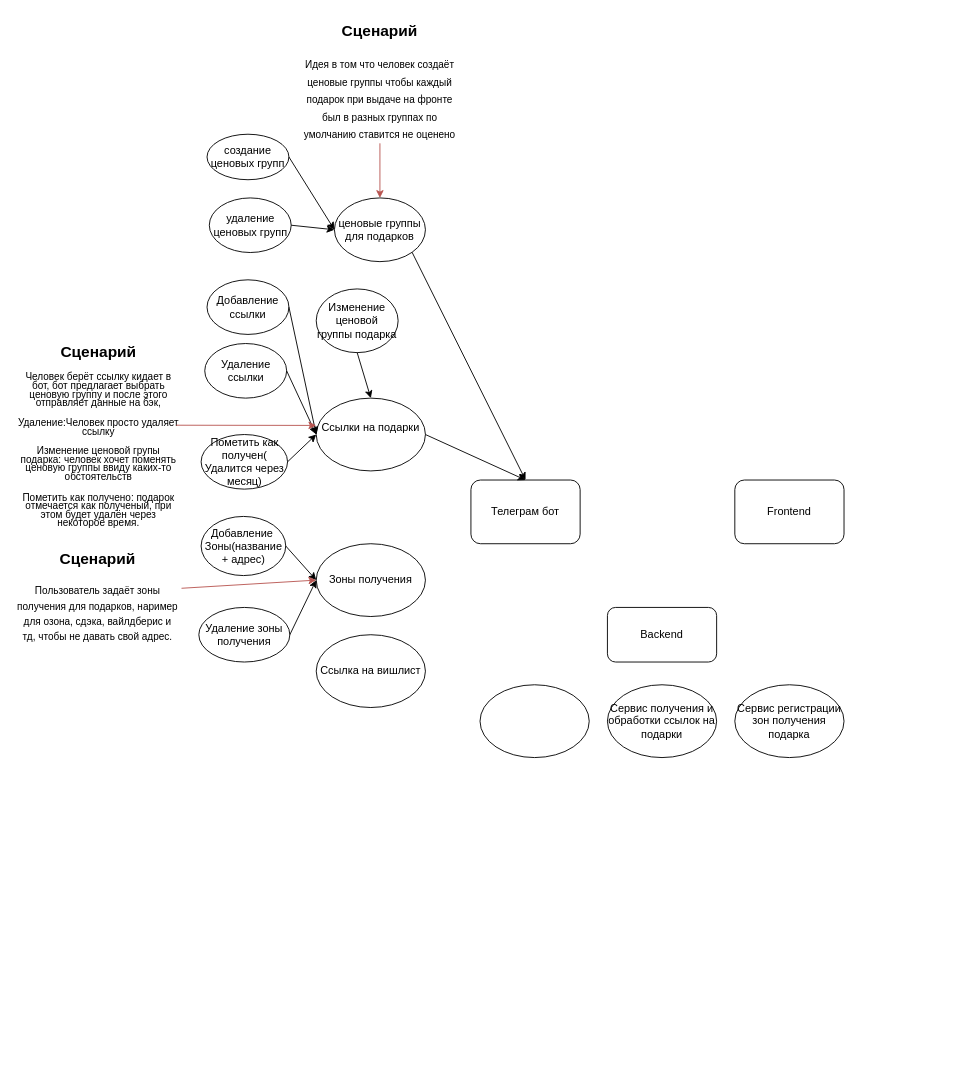
Before: HomieGifts.drawio in Senseymg/HomieGifts, a draw.io diagram. Source tidied: cells renumbered, new cells numbered last; positions are measured from the earlier drawing's top-left corner, leaving out a move shared by most shapes. Both pictures are drawn from the tidied source at 91%, with x=0, y=0 at pixel (15, 15).
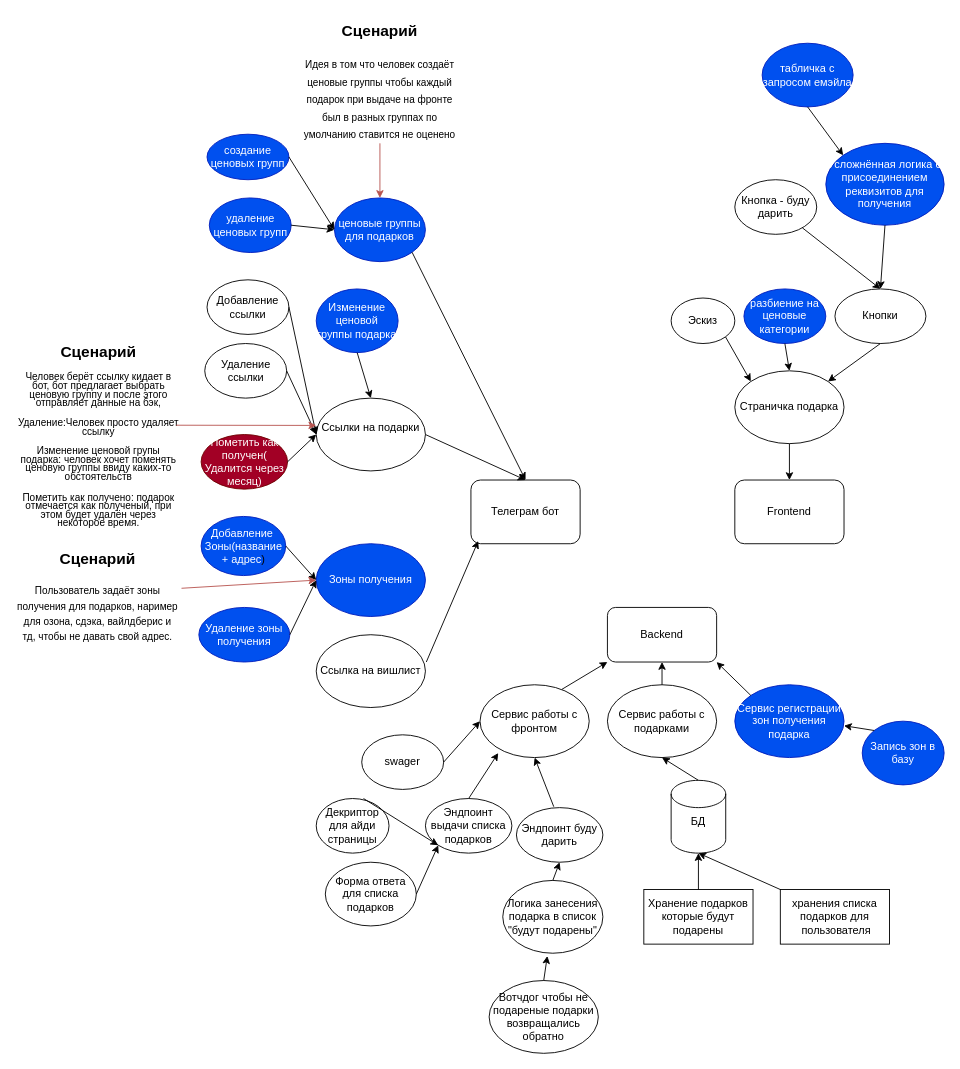
After the change.

Unchanged cells that the change refers to:
```xml
<mxCell id="2" value="Телеграм бот" style="rounded=1;whiteSpace=wrap;html=1;" parent="1" vertex="1">
  <mxGeometry x="500" y="510" width="120" height="70" as="geometry" />
</mxCell>
<mxCell id="3" value="Frontend" style="rounded=1;whiteSpace=wrap;html=1;" parent="1" vertex="1">
  <mxGeometry x="790" y="510" width="120" height="70" as="geometry" />
</mxCell>
<mxCell id="4" value="Backend" style="rounded=1;whiteSpace=wrap;html=1;" parent="1" vertex="1">
  <mxGeometry x="650" y="650" width="120" height="60" as="geometry" />
</mxCell>
<mxCell id="10" value="Ссылка на вишлист" style="ellipse;whiteSpace=wrap;html=1;" parent="1" vertex="1">
  <mxGeometry x="330" y="680" width="120" height="80" as="geometry" />
</mxCell>
```

What changed in the source:
```diff
@@
-    <mxCell id="5" value="Сервис получения и обработки ссылок на подарки" style="ellipse;whiteSpace=wrap;html=1;" parent="1" vertex="1">
+    <mxCell id="5" value="Сервис работы с подарками" style="ellipse;whiteSpace=wrap;html=1;" parent="1" vertex="1">
       <mxGeometry x="650" y="735" width="120" height="80" as="geometry" />
     </mxCell>
-    <mxCell id="6" value="Сервис регистрации зон получения подарка" style="ellipse;whiteSpace=wrap;html=1;" parent="1" vertex="1">
+    <mxCell id="6" value="Сервис регистрации зон получения подарка" style="ellipse;whiteSpace=wrap;html=1;fillColor=#0050ef;fontColor=#ffffff;strokeColor=#001DBC;" parent="1" vertex="1">
       <mxGeometry x="790" y="735" width="120" height="80" as="geometry" />
     </mxCell>
-    <mxCell id="7" style="ellipse;whiteSpace=wrap;html=1;" parent="1" vertex="1">
+    <mxCell id="7" value="Сервис работы с фронтом" style="ellipse;whiteSpace=wrap;html=1;" parent="1" vertex="1">
       <mxGeometry x="510" y="735" width="120" height="80" as="geometry" />
     </mxCell>
@@
-    <mxCell id="9" value="Зоны получения" style="ellipse;whiteSpace=wrap;html=1;" parent="1" vertex="1">
+    <mxCell id="9" value="Зоны получения" style="ellipse;whiteSpace=wrap;html=1;fillColor=#0050ef;fontColor=#ffffff;strokeColor=#001DBC;" parent="1" vertex="1">
       <mxGeometry x="330" y="580" width="120" height="80" as="geometry" />
     </mxCell>
@@
-    <mxCell id="13" value="Пометить как получен( Удалится через месяц)" style="ellipse;whiteSpace=wrap;html=1;" parent="1" vertex="1">
+    <mxCell id="13" value="Пометить как получен( Удалится через месяц)" style="ellipse;whiteSpace=wrap;html=1;fillColor=#a20025;fontColor=#ffffff;strokeColor=#6F0000;" parent="1" vertex="1">
       <mxGeometry x="203.5" y="460" width="95" height="60" as="geometry" />
     </mxCell>
-    <mxCell id="14" value="Добавление&amp;nbsp; Зоны(название + адрес&lt;span style=&quot;background-color: transparent; color: light-dark(rgb(0, 0, 0), rgb(255, 255, 255));&quot;&gt;)&lt;/span&gt;" style="ellipse;whiteSpace=wrap;html=1;" parent="1" vertex="1">
+    <mxCell id="14" value="Добавление&amp;nbsp; Зоны(название + адрес&lt;span style=&quot;background-color: transparent; color: light-dark(rgb(0, 0, 0), rgb(255, 255, 255));&quot;&gt;)&lt;/span&gt;" style="ellipse;whiteSpace=wrap;html=1;fillColor=#0050ef;fontColor=#ffffff;strokeColor=#001DBC;" parent="1" vertex="1">
       <mxGeometry x="203.5" y="550" width="93" height="65" as="geometry" />
     </mxCell>
-    <mxCell id="15" value="Удаление зоны получения" style="ellipse;whiteSpace=wrap;html=1;" parent="1" vertex="1">
+    <mxCell id="15" value="Удаление зоны получения" style="ellipse;whiteSpace=wrap;html=1;fillColor=#0050ef;fontColor=#ffffff;strokeColor=#001DBC;" parent="1" vertex="1">
       <mxGeometry x="201" y="650" width="100" height="60" as="geometry" />
     </mxCell>
@@
-    <mxCell id="21" value="ценовые группы для подарков" style="ellipse;whiteSpace=wrap;html=1;" parent="1" vertex="1">
+    <mxCell id="21" value="ценовые группы для подарков" style="ellipse;whiteSpace=wrap;html=1;fillColor=#0050ef;fontColor=#ffffff;strokeColor=#001DBC;" parent="1" vertex="1">
       <mxGeometry x="350" y="200" width="100" height="70" as="geometry" />
     </mxCell>
-    <mxCell id="22" value="создание ценовых групп" style="ellipse;whiteSpace=wrap;html=1;" parent="1" vertex="1">
+    <mxCell id="22" value="создание ценовых групп" style="ellipse;whiteSpace=wrap;html=1;fillColor=#0050ef;fontColor=#ffffff;strokeColor=#001DBC;" parent="1" vertex="1">
       <mxGeometry x="210" y="130" width="90" height="50" as="geometry" />
     </mxCell>
-    <mxCell id="23" value="удаление ценовых групп" style="ellipse;whiteSpace=wrap;html=1;" parent="1" vertex="1">
+    <mxCell id="23" value="удаление ценовых групп" style="ellipse;whiteSpace=wrap;html=1;fillColor=#0050ef;fontColor=#ffffff;strokeColor=#001DBC;" parent="1" vertex="1">
       <mxGeometry x="212.5" y="200" width="90" height="60" as="geometry" />
     </mxCell>
@@
-    <mxCell id="30" value="&lt;h1 style=&quot;text-align: center; margin-top: 0px; line-height: 80%;&quot;&gt;&lt;font style=&quot;font-size: 17px; line-height: 80%;&quot;&gt;Сценарий&lt;/font&gt;&lt;/h1&gt;&lt;p style=&quot;text-align: center; line-height: 80%;&quot;&gt;&lt;span style=&quot;font-size: 11px; line-height: 80%;&quot;&gt;Человек берёт ссылку кидает в бот, бот предлагает выбрать ценовую группу и после этого отправляет данные на бэк,&lt;/span&gt;&lt;/p&gt;&lt;p style=&quot;text-align: center; line-height: 80%;&quot;&gt;&lt;span style=&quot;font-size: 11px; line-height: 80%;&quot;&gt;Удаление:Человек просто удаляет ссылку&lt;/span&gt;&lt;/p&gt;&lt;p style=&quot;text-align: center; line-height: 80%;&quot;&gt;&lt;span style=&quot;font-size: 11px; line-height: 80%;&quot;&gt;Изменение ценовой групы подарка: человек хочет поменять ценовую группы ввиду каких-то обстоятельств&lt;/span&gt;&lt;/p&gt;&lt;p style=&quot;text-align: center; line-height: 80%;&quot;&gt;&lt;span style=&quot;font-size: 11px; line-height: 80%;&quot;&gt;Пометить как получено: подарок отмечается как полученый, при этом будет удалён через некоторое время.&lt;/span&gt;&lt;/p&gt;&lt;p style=&quot;text-align: center;&quot;&gt;&lt;span style=&quot;font-size: 11px;&quot;&gt;&lt;br&gt;&lt;/span&gt;&lt;/p&gt;" style="text;html=1;whiteSpace=wrap;overflow=hidden;rounded=0;" parent="1" vertex="1">
+    <mxCell id="30" value="&lt;h1 style=&quot;text-align: center; margin-top: 0px; line-height: 80%;&quot;&gt;&lt;font style=&quot;font-size: 17px; line-height: 80%;&quot;&gt;Сценарий&lt;/font&gt;&lt;/h1&gt;&lt;p style=&quot;text-align: center; line-height: 80%;&quot;&gt;&lt;span style=&quot;font-size: 11px; line-height: 80%;&quot;&gt;Человек берёт ссылку кидает в бот, бот предлагает выбрать ценовую группу и после этого отправляет данные на бэк,&lt;/span&gt;&lt;/p&gt;&lt;p style=&quot;text-align: center; line-height: 80%;&quot;&gt;&lt;span style=&quot;font-size: 11px; line-height: 80%;&quot;&gt;Удаление:Человек просто удаляет ссылку&lt;/span&gt;&lt;/p&gt;&lt;p style=&quot;text-align: center; line-height: 80%;&quot;&gt;&lt;span style=&quot;font-size: 11px; line-height: 80%;&quot;&gt;Изменение ценовой групы подарка: человек хочет поменять ценовую группы ввиду каких-то обстоятельств&lt;/span&gt;&lt;/p&gt;&lt;p style=&quot;text-align: center; line-height: 80%;&quot;&gt;&lt;span style=&quot;font-size: 11px; line-height: 80%;&quot;&gt;&lt;font style=&quot;color: light-dark(rgb(0, 0, 0), rgb(255, 51, 153));&quot;&gt;Пометить как получено: подарок отмечается как полученый, при этом будет удалён через некоторое время.&lt;/font&gt;&lt;/span&gt;&lt;/p&gt;&lt;p style=&quot;text-align: center;&quot;&gt;&lt;span style=&quot;font-size: 11px;&quot;&gt;&lt;br&gt;&lt;/span&gt;&lt;/p&gt;" style="text;html=1;whiteSpace=wrap;overflow=hidden;rounded=0;" parent="1" vertex="1">
       <mxGeometry y="350" width="180" height="215" as="geometry" />
     </mxCell>
@@
-    <mxCell id="32" value="Изменение ценовой группы подарка" style="ellipse;whiteSpace=wrap;html=1;" parent="1" vertex="1">
+    <mxCell id="32" value="Изменение ценовой группы подарка" style="ellipse;whiteSpace=wrap;html=1;fillColor=#0050ef;fontColor=#ffffff;strokeColor=#001DBC;" parent="1" vertex="1">
       <mxGeometry x="330" y="300" width="90" height="70" as="geometry" />
     </mxCell>
@@
+    <mxCell id="36" value="Страничка подарка" style="ellipse;whiteSpace=wrap;html=1;" parent="1" vertex="1">
+      <mxGeometry x="790" y="390" width="120" height="80" as="geometry" />
+    </mxCell>
+    <mxCell id="37" value="Эскиз" style="ellipse;whiteSpace=wrap;html=1;" parent="1" vertex="1">
+      <mxGeometry x="720" y="310" width="70" height="50" as="geometry" />
+    </mxCell>
+    <mxCell id="38" value="разбиение на ценовые категории" style="ellipse;whiteSpace=wrap;html=1;fillColor=#0050ef;fontColor=#ffffff;strokeColor=#001DBC;" parent="1" vertex="1">
+      <mxGeometry x="800" y="300" width="90" height="60" as="geometry" />
+    </mxCell>
+    <mxCell id="39" style="endArrow=classic;html=1;rounded=0;exitX=1.008;exitY=0.375;exitDx=0;exitDy=0;exitPerimeter=0;entryX=0.067;entryY=0.957;entryDx=0;entryDy=0;entryPerimeter=0;" parent="1" edge="1" source="10" target="2">
+      <mxGeometry relative="1" as="geometry" />
+    </mxCell>
+    <mxCell id="40" value="Кнопки" style="ellipse;whiteSpace=wrap;html=1;" parent="1" vertex="1">
+      <mxGeometry x="900" y="300" width="100" height="60" as="geometry" />
+    </mxCell>
+    <mxCell id="41" value="Кнопка - буду дарить" style="ellipse;whiteSpace=wrap;html=1;" parent="1" vertex="1">
+      <mxGeometry x="790" y="180" width="90" height="60" as="geometry" />
+    </mxCell>
+    <mxCell id="42" style="endArrow=classic;html=1;rounded=0;entryX=0.5;entryY=0;entryDx=0;entryDy=0;" parent="1" edge="1" source="41" target="40">
+      <mxGeometry relative="1" as="geometry" />
+    </mxCell>
+    <mxCell id="43" style="endArrow=classic;html=1;rounded=0;exitX=0.5;exitY=1;exitDx=0;exitDy=0;entryX=1;entryY=0;entryDx=0;entryDy=0;" parent="1" edge="1" source="40" target="36">
+      <mxGeometry relative="1" as="geometry" />
+    </mxCell>
+    <mxCell id="44" style="endArrow=classic;html=1;rounded=0;entryX=0;entryY=0;entryDx=0;entryDy=0;exitX=1;exitY=1;exitDx=0;exitDy=0;" parent="1" edge="1" source="37" target="36">
+      <mxGeometry relative="1" as="geometry" />
+    </mxCell>
+    <mxCell id="45" style="endArrow=classic;html=1;rounded=0;entryX=0.5;entryY=0;entryDx=0;entryDy=0;exitX=0.5;exitY=1;exitDx=0;exitDy=0;" parent="1" edge="1" source="36" target="3">
+      <mxGeometry relative="1" as="geometry" />
+    </mxCell>
+    <mxCell id="46" style="endArrow=classic;html=1;rounded=0;entryX=0.5;entryY=0;entryDx=0;entryDy=0;exitX=0.5;exitY=1;exitDx=0;exitDy=0;" parent="1" edge="1" source="38" target="36">
+      <mxGeometry relative="1" as="geometry" />
+    </mxCell>
+    <mxCell id="47" value="Усложнённая логика с присоединением реквизитов для получения" style="ellipse;whiteSpace=wrap;html=1;fillColor=#0050ef;fontColor=#ffffff;strokeColor=#001DBC;" parent="1" vertex="1">
+      <mxGeometry x="890" y="140" width="130" height="90" as="geometry" />
+    </mxCell>
+    <mxCell id="48" style="endArrow=classic;html=1;rounded=0;exitX=0.5;exitY=1;exitDx=0;exitDy=0;entryX=0.5;entryY=0;entryDx=0;entryDy=0;" parent="1" edge="1" source="47" target="40">
+      <mxGeometry relative="1" as="geometry" />
+    </mxCell>
+    <mxCell id="49" value="табличка с запросом емэйла" style="ellipse;whiteSpace=wrap;html=1;fillColor=#0050ef;fontColor=#ffffff;strokeColor=#001DBC;" parent="1" vertex="1">
+      <mxGeometry x="820" y="30" width="100" height="70" as="geometry" />
+    </mxCell>
+    <mxCell id="50" style="endArrow=classic;html=1;rounded=0;exitX=0.5;exitY=1;exitDx=0;exitDy=0;entryX=0;entryY=0;entryDx=0;entryDy=0;" parent="1" edge="1" source="49" target="47">
+      <mxGeometry relative="1" as="geometry" />
+    </mxCell>
+    <mxCell id="51" style="endArrow=classic;html=1;rounded=0;entryX=0;entryY=1;entryDx=0;entryDy=0;" parent="1" edge="1" target="4">
+      <mxGeometry relative="1" as="geometry">
+        <mxPoint x="600" y="740" as="sourcePoint" />
+      </mxGeometry>
+    </mxCell>
+    <mxCell id="52" style="endArrow=classic;html=1;rounded=0;entryX=0.5;entryY=1;entryDx=0;entryDy=0;exitX=0.5;exitY=0;exitDx=0;exitDy=0;" parent="1" edge="1" source="5" target="4">
+      <mxGeometry relative="1" as="geometry" />
+    </mxCell>
+    <mxCell id="53" style="endArrow=classic;html=1;rounded=0;entryX=1;entryY=1;entryDx=0;entryDy=0;exitX=0;exitY=0;exitDx=0;exitDy=0;" parent="1" edge="1" source="6" target="4">
+      <mxGeometry relative="1" as="geometry" />
+    </mxCell>
+    <mxCell id="54" value="хранения списка подарков&amp;nbsp;&lt;span style=&quot;background-color: transparent; color: light-dark(rgb(0, 0, 0), rgb(255, 255, 255));&quot;&gt;для&lt;/span&gt;&lt;div&gt;&lt;div&gt;&amp;nbsp;пользователя&lt;/div&gt;&lt;/div&gt;" style="rounded=0;whiteSpace=wrap;html=1;" parent="1" vertex="1">
+      <mxGeometry x="840" y="960" width="120" height="60" as="geometry" />
+    </mxCell>
+    <mxCell id="55" value="swager" style="ellipse;whiteSpace=wrap;html=1;" parent="1" vertex="1">
+      <mxGeometry x="380" y="790" width="90" height="60" as="geometry" />
+    </mxCell>
+    <mxCell id="56" value="Э&lt;span style=&quot;background-color: transparent; color: light-dark(rgb(0, 0, 0), rgb(255, 255, 255));&quot;&gt;ндпоинт выдачи списка подарков&lt;/span&gt;" style="ellipse;whiteSpace=wrap;html=1;" parent="1" vertex="1">
+      <mxGeometry x="450" y="860" width="95" height="60" as="geometry" />
+    </mxCell>
+    <mxCell id="57" value="Эндпоинт буду дарить" style="ellipse;whiteSpace=wrap;html=1;" parent="1" vertex="1">
+      <mxGeometry x="550" y="870" width="95" height="60" as="geometry" />
+    </mxCell>
+    <mxCell id="58" style="endArrow=classic;html=1;rounded=0;exitX=1;exitY=0.5;exitDx=0;exitDy=0;entryX=0;entryY=0.5;entryDx=0;entryDy=0;" parent="1" edge="1" source="55" target="7">
+      <mxGeometry relative="1" as="geometry" />
+    </mxCell>
+    <mxCell id="59" style="endArrow=classic;html=1;rounded=0;exitX=0.5;exitY=0;exitDx=0;exitDy=0;" parent="1" edge="1" source="56">
+      <mxGeometry relative="1" as="geometry">
+        <mxPoint x="530" y="810" as="targetPoint" />
+      </mxGeometry>
+    </mxCell>
+    <mxCell id="60" style="endArrow=classic;html=1;rounded=0;exitX=0.432;exitY=-0.017;exitDx=0;exitDy=0;exitPerimeter=0;entryX=0.5;entryY=1;entryDx=0;entryDy=0;" parent="1" edge="1" source="57" target="7">
+      <mxGeometry relative="1" as="geometry" />
+    </mxCell>
+    <mxCell id="61" value="Декриптор для айди страницы" style="ellipse;whiteSpace=wrap;html=1;" parent="1" vertex="1">
+      <mxGeometry x="330" y="860" width="80" height="60" as="geometry" />
+    </mxCell>
+    <mxCell id="62" style="endArrow=classic;html=1;rounded=0;exitX=0.65;exitY=0;exitDx=0;exitDy=0;exitPerimeter=0;entryX=0;entryY=1;entryDx=0;entryDy=0;" parent="1" edge="1" source="61" target="56">
+      <mxGeometry relative="1" as="geometry" />
+    </mxCell>
+    <mxCell id="63" value="Форма ответа для списка подарков" style="ellipse;whiteSpace=wrap;html=1;" parent="1" vertex="1">
+      <mxGeometry x="340" y="930" width="100" height="70" as="geometry" />
+    </mxCell>
+    <mxCell id="64" value="Логика занесения подарка в список &quot;будут подарены&lt;span style=&quot;background-color: transparent; color: light-dark(rgb(0, 0, 0), rgb(255, 255, 255));&quot;&gt;&quot;&lt;/span&gt;" style="ellipse;whiteSpace=wrap;html=1;" parent="1" vertex="1">
+      <mxGeometry x="535" y="950" width="110" height="80" as="geometry" />
+    </mxCell>
+    <mxCell id="65" style="endArrow=classic;html=1;rounded=0;exitX=1;exitY=0.5;exitDx=0;exitDy=0;entryX=0;entryY=1;entryDx=0;entryDy=0;" parent="1" edge="1" source="63" target="56">
+      <mxGeometry relative="1" as="geometry" />
+    </mxCell>
+    <mxCell id="66" style="endArrow=classic;html=1;rounded=0;exitX=0.5;exitY=0;exitDx=0;exitDy=0;entryX=0.5;entryY=1;entryDx=0;entryDy=0;" parent="1" edge="1" source="64" target="57">
+      <mxGeometry relative="1" as="geometry" />
+    </mxCell>
+    <mxCell id="67" value="Вотчдог чтобы не подареные подарки возвращались обратно" style="ellipse;whiteSpace=wrap;html=1;" parent="1" vertex="1">
+      <mxGeometry x="520" y="1060" width="120" height="80" as="geometry" />
+    </mxCell>
+    <mxCell id="68" style="endArrow=classic;html=1;rounded=0;exitX=0.5;exitY=0;exitDx=0;exitDy=0;entryX=0.445;entryY=1.038;entryDx=0;entryDy=0;entryPerimeter=0;" parent="1" edge="1" source="67" target="64">
+      <mxGeometry relative="1" as="geometry" />
+    </mxCell>
+    <mxCell id="69" value="БД&lt;div&gt;&lt;br&gt;&lt;/div&gt;" style="shape=cylinder3;whiteSpace=wrap;html=1;boundedLbl=1;backgroundOutline=1;size=15;" parent="1" vertex="1">
+      <mxGeometry x="720" y="840" width="60" height="80" as="geometry" />
+    </mxCell>
+    <mxCell id="70" value="Хранение подарков которые будут подарены" style="rounded=0;whiteSpace=wrap;html=1;" parent="1" vertex="1">
+      <mxGeometry x="690" y="960" width="120" height="60" as="geometry" />
+    </mxCell>
+    <mxCell id="71" style="endArrow=classic;html=1;rounded=0;entryX=0.5;entryY=1;entryDx=0;entryDy=0;entryPerimeter=0;exitX=0.5;exitY=0;exitDx=0;exitDy=0;" parent="1" edge="1" source="70" target="69">
+      <mxGeometry relative="1" as="geometry" />
+    </mxCell>
+    <mxCell id="72" style="endArrow=classic;html=1;rounded=0;exitX=0;exitY=0;exitDx=0;exitDy=0;entryX=0.5;entryY=1;entryDx=0;entryDy=0;entryPerimeter=0;" parent="1" edge="1" source="54" target="69">
+      <mxGeometry relative="1" as="geometry" />
+    </mxCell>
+    <mxCell id="73" style="endArrow=classic;html=1;rounded=0;exitX=0.5;exitY=0;exitDx=0;exitDy=0;exitPerimeter=0;entryX=0.5;entryY=1;entryDx=0;entryDy=0;" parent="1" edge="1" source="69" target="5">
+      <mxGeometry relative="1" as="geometry" />
+    </mxCell>
+    <mxCell id="74" value="Запись зон в базу" style="ellipse;whiteSpace=wrap;html=1;fillColor=#0050ef;fontColor=#ffffff;strokeColor=#001DBC;" parent="1" vertex="1">
+      <mxGeometry x="930" y="775" width="90" height="70" as="geometry" />
+    </mxCell>
+    <mxCell id="75" style="endArrow=classic;html=1;rounded=0;exitX=0;exitY=0;exitDx=0;exitDy=0;" parent="1" edge="1" source="74">
+      <mxGeometry relative="1" as="geometry">
+        <mxPoint x="910" y="780" as="targetPoint" />
+      </mxGeometry>
+    </mxCell>
```
